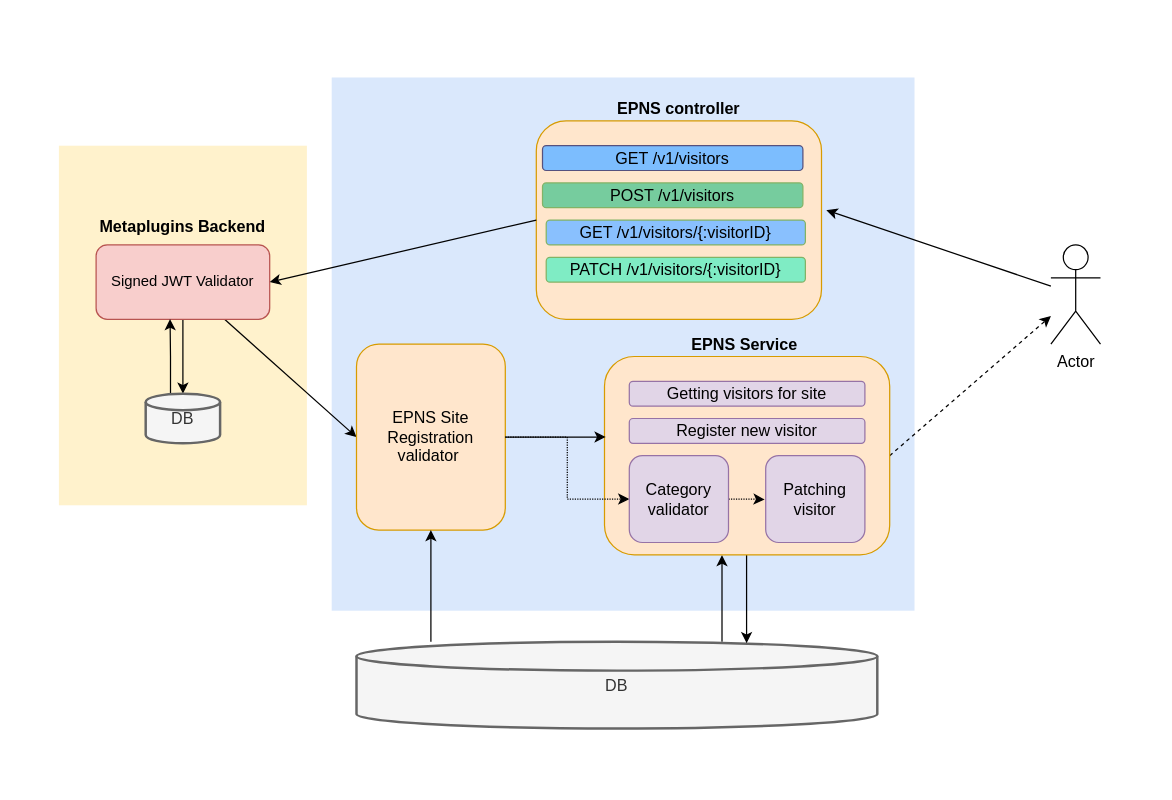
Before: visitor.drawio in rocktr0724/EPNS-Docs, a draw.io diagram. Source tidied: cells renumbered, new cells numbered last; positions are measured from the earlier drawing's top-left corner, leaving out a move shared by most shapes. Both pictures are drawn from the tidied source at 124%, with x=0, y=0 at pixel (58, 77).
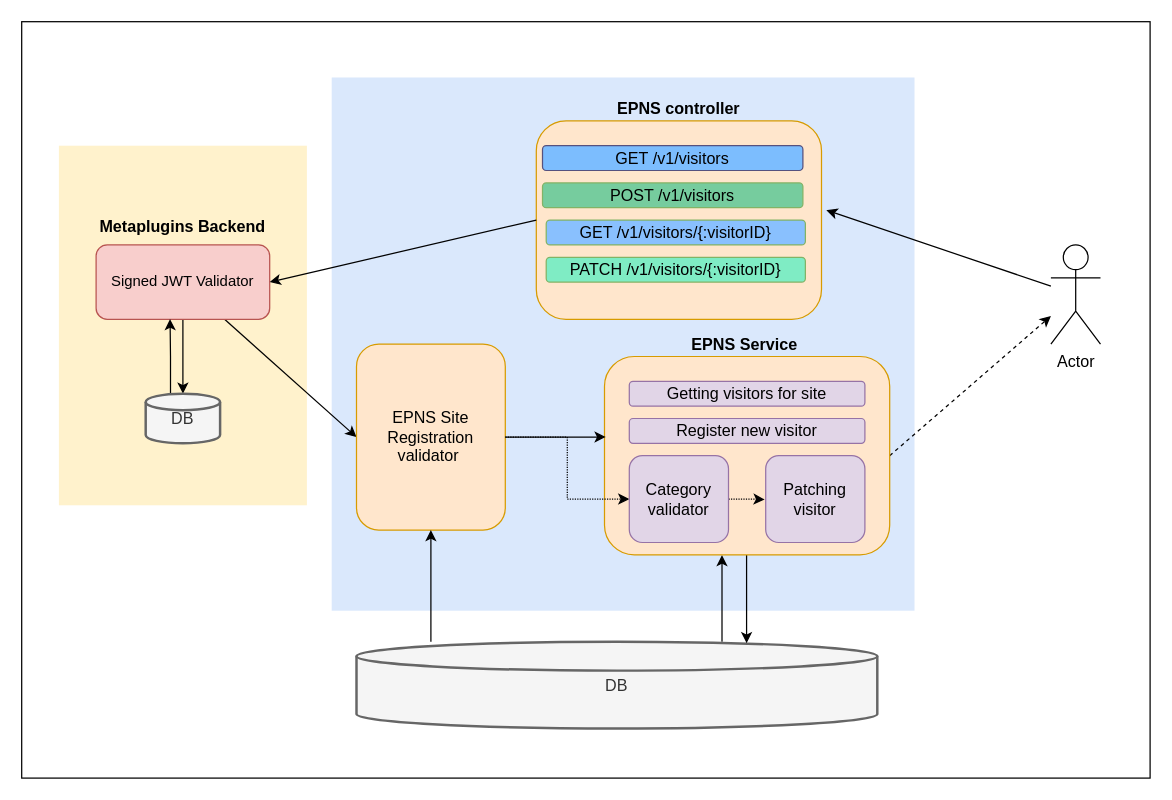
Above is the later version.

Diff of the diagram source:
```diff
@@
+    <mxCell id="34" style="rounded=0;whiteSpace=wrap;html=1;" parent="1" vertex="1">
+      <mxGeometry x="-30" y="-45" width="910" height="610" as="geometry" />
+    </mxCell>
```
